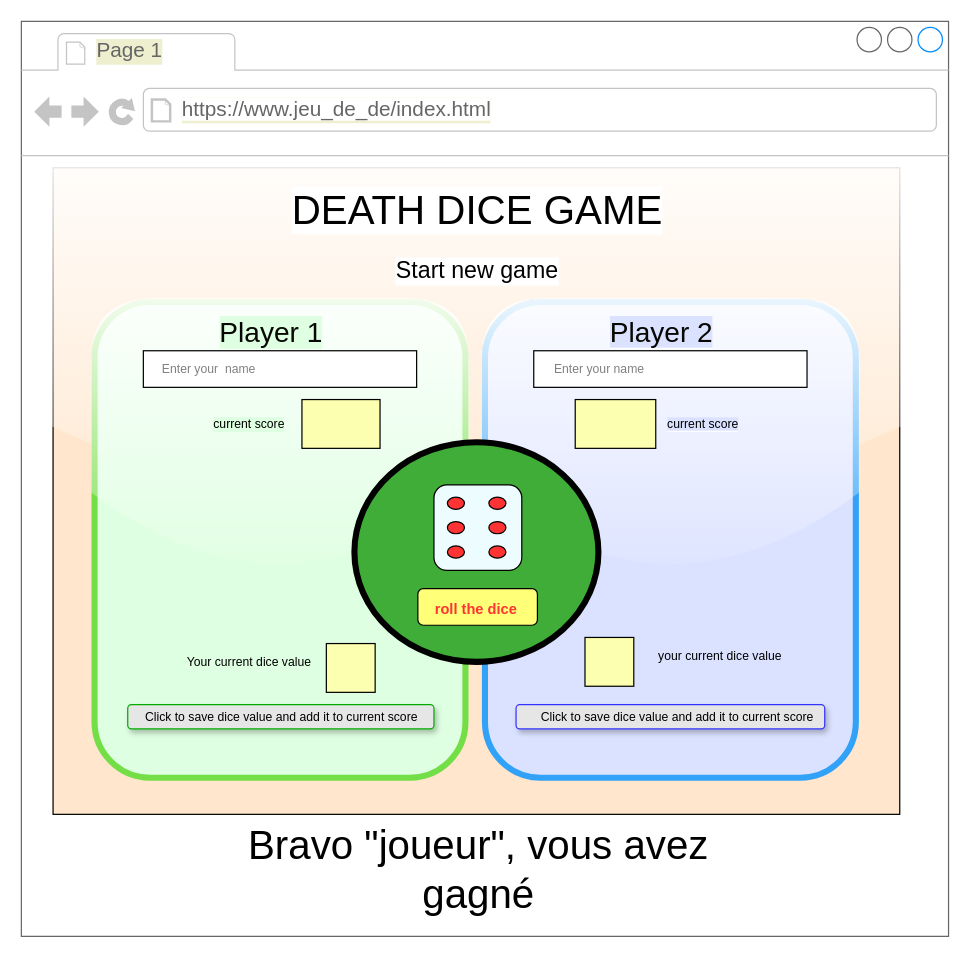
The draw.io diagram page "Page-1" (1 of 3) of jeu de dés.drawio in X-CYL/dice_game, before the edit. Source tidied: cells renumbered, new cells numbered last; positions are measured from the earlier drawing's top-left corner, leaving out a move shared by most shapes. Both pictures are drawn from the tidied source at 122%, with x=0, y=0 at pixel (21, 21).
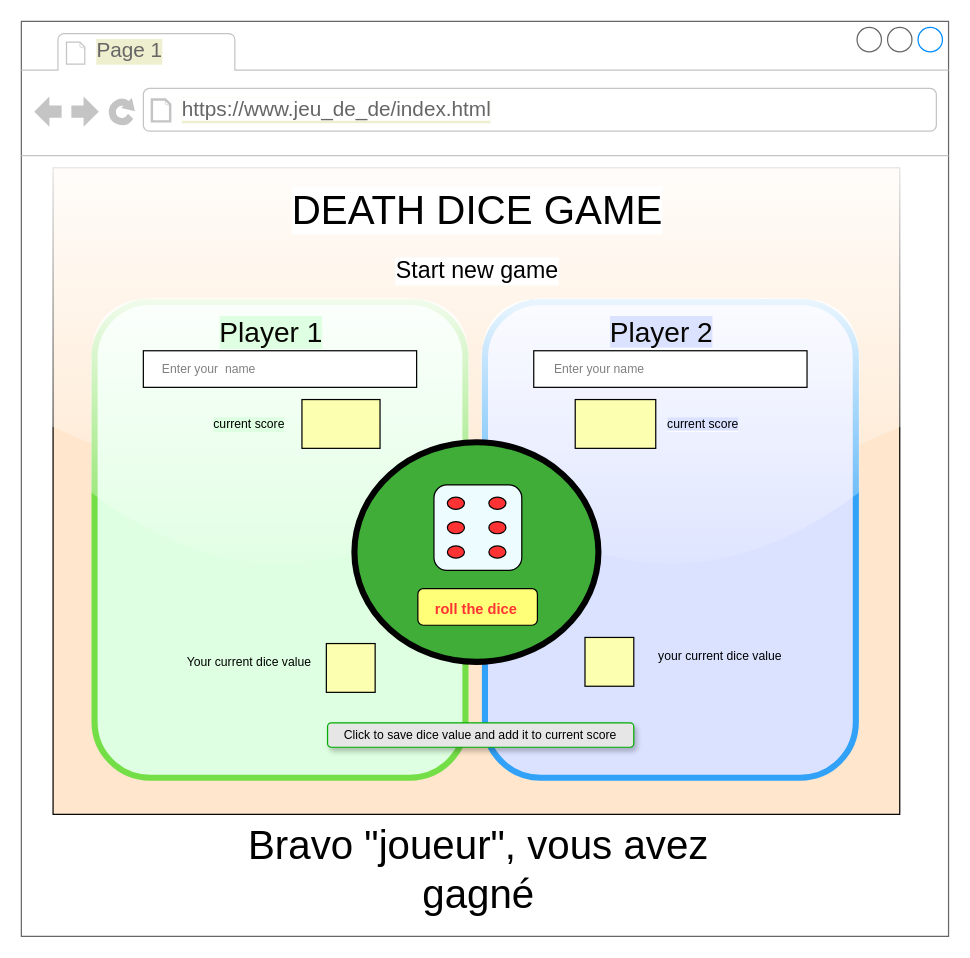
The same diagram, later.

Unchanged cells that the change refers to:
```xml
<mxCell id="2" style="strokeWidth=1;shadow=0;dashed=0;align=center;html=1;shape=mxgraph.mockup.containers.browserWindow;rSize=0;strokeColor=#666666;strokeColor2=#008cff;strokeColor3=#c4c4c4;mainText=,;labelBackgroundColor=#EDEFCE;fontSize=10;fontColor=#080704;fillColor=#FFFFFF;" parent="1" vertex="1">
  <mxGeometry width="760" height="750" as="geometry" />
</mxCell>
```

Change to the diagram source:
```diff
@@
-    <mxCell id="22" style="rounded=1;whiteSpace=wrap;html=1;labelBackgroundColor=#FFFFFF;fontSize=10;fontColor=#808080;fillColor=#E6E6E6;glass=0;shadow=1;strokeColor=#3333FF;" parent="2" vertex="1">
-      <mxGeometry x="405.5" y="560" width="253" height="20" as="geometry" />
-    </mxCell>
-    <mxCell id="23" value="Click to save dice value and add it to current score" style="text;html=1;strokeColor=none;fillColor=none;align=center;verticalAlign=middle;whiteSpace=wrap;rounded=0;labelBackgroundColor=#E6E6E6;fontSize=10;fontColor=#000000;" parent="2" vertex="1">
-      <mxGeometry x="417" y="555" width="241.5" height="30" as="geometry" />
-    </mxCell>
@@
     <mxCell id="25" style="rounded=1;whiteSpace=wrap;html=1;labelBackgroundColor=#CCCCCC;fontSize=10;fontColor=#808080;fillColor=#E6E6E6;glass=0;shadow=1;strokeColor=#00AD00;" parent="2" vertex="1">
-      <mxGeometry x="87.2" y="560" width="251" height="20" as="geometry" />
+      <mxGeometry x="251" y="575" width="251" height="20" as="geometry" />
     </mxCell>
     <mxCell id="26" value="Click to save dice value and add it to current score" style="text;html=1;strokeColor=none;fillColor=none;align=center;verticalAlign=middle;whiteSpace=wrap;rounded=0;labelBackgroundColor=#E6E6E6;fontSize=10;fontColor=#000000;" parent="2" vertex="1">
-      <mxGeometry x="94.5" y="555" width="236.5" height="30" as="geometry" />
+      <mxGeometry x="258.2" y="570" width="236.5" height="30" as="geometry" />
     </mxCell>
```
